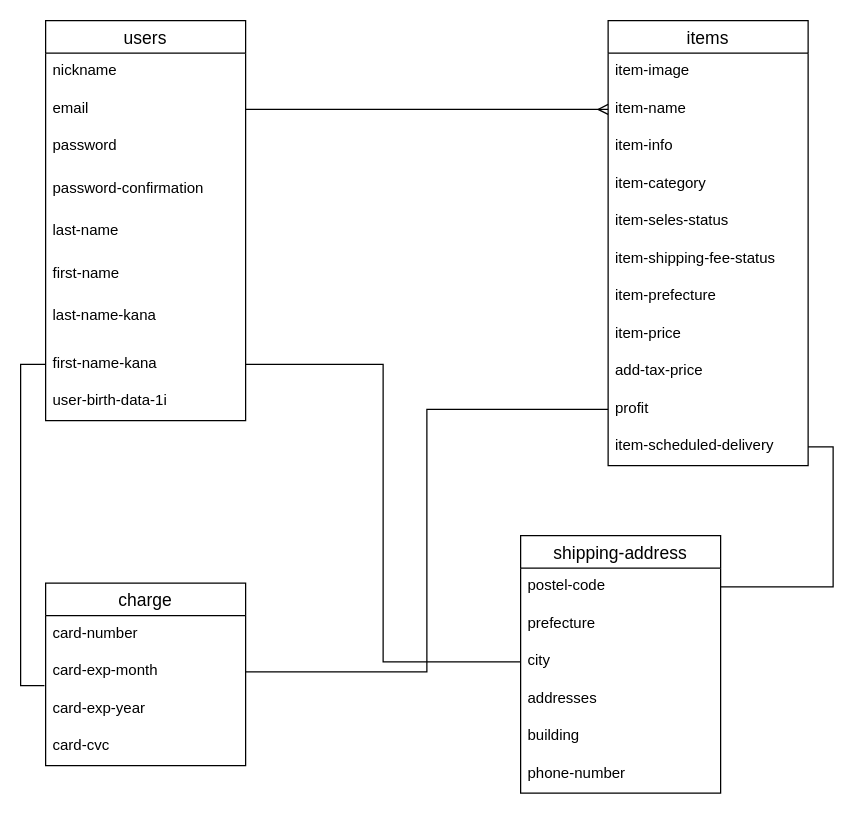
shorimpo/furima-33974 keeps this draw.io diagram as furima.dio. Above is the earlier version. Source tidied: cells renumbered, new cells numbered last; positions are measured from the earlier drawing's top-left corner, leaving out a move shared by most shapes. Both pictures are drawn from the tidied source at 125%, with x=0, y=0 at pixel (45, 20).
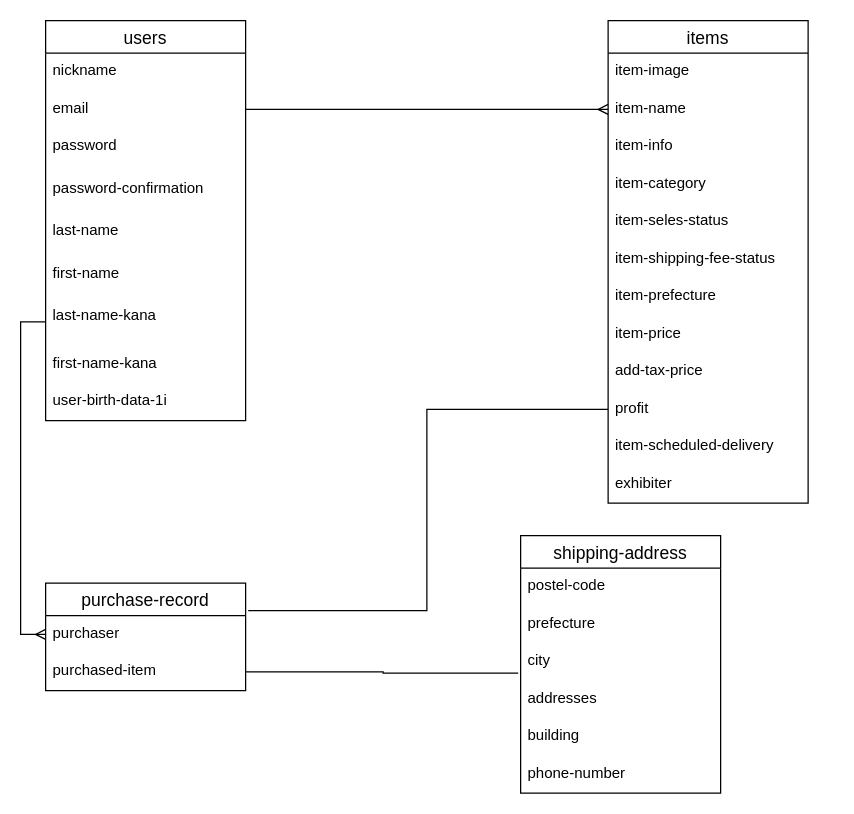
The same page after the edit.

Commit message (it also covers changes not shown here):
ER図とREADMEの修正1

The change refers to these unchanged cells:
```xml
<mxCell id="9" value="last-name-kana" style="text;strokeColor=none;fillColor=none;spacingLeft=4;spacingRight=4;overflow=hidden;points=[[0,0.5],[1,0.5]];portConstraint=eastwest;fontSize=12;" parent="2" vertex="1">
  <mxGeometry y="222" width="160" height="38" as="geometry" />
</mxCell>
<mxCell id="10" value="first-name-kana" style="text;strokeColor=none;fillColor=none;spacingLeft=4;spacingRight=4;overflow=hidden;points=[[0,0.5],[1,0.5]];portConstraint=eastwest;fontSize=12;" parent="2" vertex="1">
  <mxGeometry y="260" width="160" height="30" as="geometry" />
</mxCell>
<mxCell id="22" value="profit" style="text;strokeColor=none;fillColor=none;spacingLeft=4;spacingRight=4;overflow=hidden;points=[[0,0.5],[1,0.5]];portConstraint=eastwest;fontSize=12;" parent="12" vertex="1">
  <mxGeometry y="296" width="160" height="30" as="geometry" />
</mxCell>
<mxCell id="23" value="item-scheduled-delivery" style="text;strokeColor=none;fillColor=none;spacingLeft=4;spacingRight=4;overflow=hidden;points=[[0,0.5],[1,0.5]];portConstraint=eastwest;fontSize=12;" parent="12" vertex="1">
  <mxGeometry y="326" width="160" height="30" as="geometry" />
</mxCell>
<mxCell id="30" value="postel-code" style="text;strokeColor=none;fillColor=none;spacingLeft=4;spacingRight=4;overflow=hidden;points=[[0,0.5],[1,0.5]];portConstraint=eastwest;fontSize=12;" parent="29" vertex="1">
  <mxGeometry y="26" width="160" height="30" as="geometry" />
</mxCell>
<mxCell id="32" value="city" style="text;strokeColor=none;fillColor=none;spacingLeft=4;spacingRight=4;overflow=hidden;points=[[0,0.5],[1,0.5]];portConstraint=eastwest;fontSize=12;" parent="29" vertex="1">
  <mxGeometry y="86" width="160" height="30" as="geometry" />
</mxCell>
```

The edit, as a diff of the source:
```diff
@@
     <mxCell id="12" value="items" style="swimlane;fontStyle=0;horizontal=1;startSize=26;align=center;fontSize=14;" parent="1" vertex="1">
-      <mxGeometry x="450" width="160" height="356" as="geometry" />
+      <mxGeometry x="450" width="160" height="386" as="geometry" />
     </mxCell>
@@
+    <mxCell id="41" value="exhibiter" style="text;strokeColor=none;fillColor=none;spacingLeft=4;spacingRight=4;overflow=hidden;fontSize=12;" parent="12" vertex="1">
+      <mxGeometry y="356" width="160" height="30" as="geometry" />
+    </mxCell>
-    <mxCell id="24" value="charge" style="swimlane;fontStyle=0;horizontal=1;startSize=26;align=center;fontSize=14;" parent="1" vertex="1">
-      <mxGeometry y="450" width="160" height="146" as="geometry" />
+    <mxCell id="24" value="purchase-record" style="swimlane;fontStyle=0;horizontal=1;startSize=26;align=center;fontSize=14;" parent="1" vertex="1">
+      <mxGeometry y="450" width="160" height="86" as="geometry" />
     </mxCell>
-    <mxCell id="25" value="card-number" style="text;strokeColor=none;fillColor=none;spacingLeft=4;spacingRight=4;overflow=hidden;fontSize=12;" parent="24" vertex="1">
-      <mxGeometry y="26" width="160" height="30" as="geometry" />
-    </mxCell>
-    <mxCell id="26" value="card-exp-month" style="text;strokeColor=none;fillColor=none;spacingLeft=4;spacingRight=4;overflow=hidden;points=[[0,0.5],[1,0.5]];portConstraint=eastwest;fontSize=12;" parent="24" vertex="1">
-      <mxGeometry y="56" width="160" height="30" as="geometry" />
-    </mxCell>
-    <mxCell id="27" value="card-exp-year" style="text;strokeColor=none;fillColor=none;spacingLeft=4;spacingRight=4;overflow=hidden;points=[[0,0.5],[1,0.5]];portConstraint=eastwest;fontSize=12;" parent="24" vertex="1">
-      <mxGeometry y="86" width="160" height="30" as="geometry" />
+    <mxCell id="27" value="purchaser" style="text;strokeColor=none;fillColor=none;spacingLeft=4;spacingRight=4;overflow=hidden;points=[[0,0.5],[1,0.5]];portConstraint=eastwest;fontSize=12;" parent="24" vertex="1">
+      <mxGeometry y="26" width="160" height="30" as="geometry" />
     </mxCell>
-    <mxCell id="28" value="card-cvc" style="text;strokeColor=none;fillColor=none;spacingLeft=4;spacingRight=4;overflow=hidden;points=[[0,0.5],[1,0.5]];portConstraint=eastwest;fontSize=12;" parent="24" vertex="1">
-      <mxGeometry y="116" width="160" height="30" as="geometry" />
+    <mxCell id="28" value="purchased-item" style="text;strokeColor=none;fillColor=none;spacingLeft=4;spacingRight=4;overflow=hidden;points=[[0,0.5],[1,0.5]];portConstraint=eastwest;fontSize=12;" parent="24" vertex="1">
+      <mxGeometry y="56" width="160" height="30" as="geometry" />
     </mxCell>
@@
-    <mxCell id="36" style="edgeStyle=orthogonalEdgeStyle;rounded=0;jettySize=auto;html=1;exitX=0;exitY=0.5;exitDx=0;exitDy=0;entryX=1;entryY=0.5;entryDx=0;entryDy=0;endArrow=none;endFill=0;" parent="1" edge="1" source="22" target="26">
-      <mxGeometry relative="1" as="geometry" />
-    </mxCell>
-    <mxCell id="37" style="edgeStyle=orthogonalEdgeStyle;rounded=0;jettySize=auto;html=1;exitX=1;exitY=0.5;exitDx=0;exitDy=0;entryX=1;entryY=0.5;entryDx=0;entryDy=0;endArrow=none;endFill=0;" parent="1" edge="1" source="23" target="30">
-      <mxGeometry relative="1" as="geometry" />
-    </mxCell>
@@
-    <mxCell id="39" style="edgeStyle=orthogonalEdgeStyle;rounded=0;jettySize=auto;html=1;exitX=0;exitY=0.5;exitDx=0;exitDy=0;entryX=-0.006;entryY=0.867;entryDx=0;entryDy=0;entryPerimeter=0;endArrow=none;endFill=0;" parent="1" edge="1" source="10" target="26">
-      <mxGeometry relative="1" as="geometry" />
-    </mxCell>
-    <mxCell id="40" style="edgeStyle=orthogonalEdgeStyle;rounded=0;jettySize=auto;html=1;exitX=1;exitY=0.5;exitDx=0;exitDy=0;entryX=0;entryY=0.5;entryDx=0;entryDy=0;endArrow=none;endFill=0;" parent="1" edge="1" source="10" target="32">
-      <mxGeometry relative="1" as="geometry" />
-    </mxCell>
+    <mxCell id="42" style="edgeStyle=orthogonalEdgeStyle;rounded=0;jettySize=auto;html=1;exitX=0;exitY=0.5;exitDx=0;exitDy=0;entryX=1.013;entryY=-0.133;entryDx=0;entryDy=0;endArrow=none;endFill=0;entryPerimeter=0;" parent="1" edge="1" source="22" target="27">
+      <mxGeometry relative="1" as="geometry" />
+    </mxCell>
+    <mxCell id="43" style="edgeStyle=orthogonalEdgeStyle;rounded=0;jettySize=auto;html=1;exitX=0;exitY=0.5;exitDx=0;exitDy=0;entryX=0;entryY=0.5;entryDx=0;entryDy=0;endArrow=ERmany;endFill=0;" parent="1" edge="1" source="9" target="27">
+      <mxGeometry relative="1" as="geometry" />
+    </mxCell>
+    <mxCell id="44" style="edgeStyle=orthogonalEdgeStyle;rounded=0;jettySize=auto;html=1;exitX=1;exitY=0.5;exitDx=0;exitDy=0;entryX=-0.012;entryY=0.8;entryDx=0;entryDy=0;entryPerimeter=0;endArrow=none;endFill=0;" parent="1" edge="1" source="28" target="32">
+      <mxGeometry relative="1" as="geometry" />
+    </mxCell>
```
